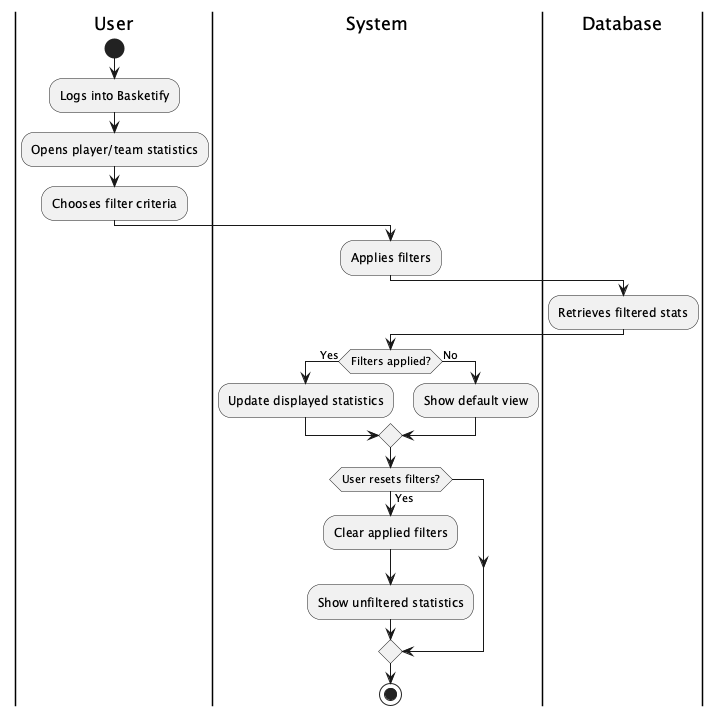
Earlier version of the PlantUML export out/diagrams/Activity/activity/StatisticsFiltering.png (arongu321/Basketify_SBX). Source of this version:
```plantuml
@startuml StatisticsFiltering
|User|
start
:Logs into Basketify;
:Opens player/team statistics;
:Chooses filter criteria;

|System|
:Applies filters;
|Database|
:Retrieves filtered stats;

|System|
if (Filters applied?) then (Yes)
    :Update displayed statistics;
else (No)
    :Show default view;
endif

if (User resets filters?) then (Yes)
    |System|
    :Clear applied filters;
    :Show unfiltered statistics;
endif
stop
@enduml
```
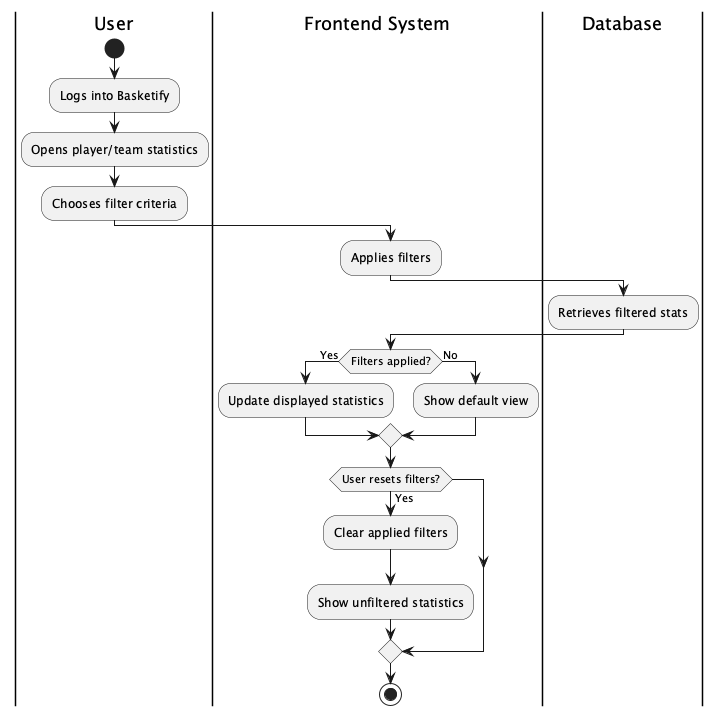
Above is the later version.

The edit, as a diff of the source:
```diff
@@ -5,12 +5,12 @@
 :Opens player/team statistics;
 :Chooses filter criteria;
 
-|System|
+|Frontend System|
 :Applies filters;
 |Database|
 :Retrieves filtered stats;
 
-|System|
+|Frontend System|
 if (Filters applied?) then (Yes)
     :Update displayed statistics;
 else (No)
@@ -18,7 +18,7 @@
 endif
 
 if (User resets filters?) then (Yes)
-    |System|
+    |Frontend System|
     :Clear applied filters;
     :Show unfiltered statistics;
 endif
```
